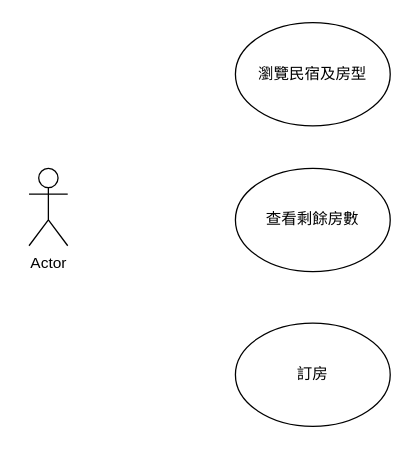
Above: reservationSystem Diagram.drawio in Rita-Teng/test (draw.io), before the change. Source tidied: cells renumbered, new cells numbered last; positions are measured from the earlier drawing's top-left corner, leaving out a move shared by most shapes. Both pictures are drawn from the tidied source at 129%, with x=0, y=0 at pixel (28, 22).
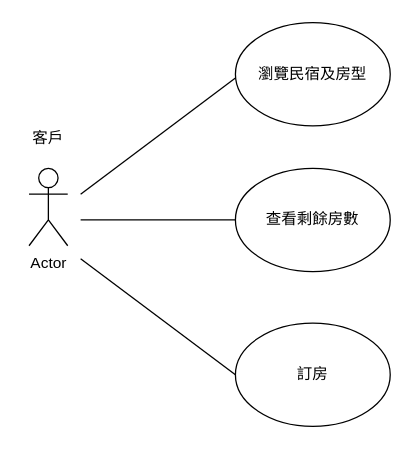
After the change.

The edit, as a diff of the source:
```diff
@@
 <mxGraphModel>
   <root>
     <mxCell id="0" />
     <mxCell id="1" parent="0" />
     <mxCell id="2" value="Actor" style="shape=umlActor;verticalLabelPosition=bottom;verticalAlign=top;html=1;" parent="1" vertex="1">
       <mxGeometry y="113" width="30" height="60" as="geometry" />
     </mxCell>
     <mxCell id="3" value="瀏覽民宿及房型" style="ellipse;whiteSpace=wrap;html=1;" parent="1" vertex="1">
       <mxGeometry x="160" width="120" height="80" as="geometry" />
     </mxCell>
     <mxCell id="4" value="查看剩餘房數" style="ellipse;whiteSpace=wrap;html=1;" parent="1" vertex="1">
       <mxGeometry x="160" y="113" width="120" height="80" as="geometry" />
     </mxCell>
     <mxCell id="5" value="訂房" style="ellipse;whiteSpace=wrap;html=1;" parent="1" vertex="1">
       <mxGeometry x="160" y="233" width="120" height="80" as="geometry" />
     </mxCell>
+    <mxCell id="6" style="endArrow=none;html=1;" parent="1" edge="1">
+      <mxGeometry relative="1" as="geometry">
+        <mxPoint x="40" y="133" as="sourcePoint" />
+        <mxPoint x="160" y="43" as="targetPoint" />
+      </mxGeometry>
+    </mxCell>
+    <mxCell id="7" style="endArrow=none;html=1;" parent="1" edge="1">
+      <mxGeometry relative="1" as="geometry">
+        <mxPoint x="40" y="153" as="sourcePoint" />
+        <mxPoint x="160" y="153" as="targetPoint" />
+      </mxGeometry>
+    </mxCell>
+    <mxCell id="8" style="endArrow=none;html=1;" parent="1" edge="1">
+      <mxGeometry relative="1" as="geometry">
+        <mxPoint x="40" y="183" as="sourcePoint" />
+        <mxPoint x="160" y="273" as="targetPoint" />
+      </mxGeometry>
+    </mxCell>
+    <mxCell id="9" value="客戶" style="text;html=1;strokeColor=none;fillColor=none;align=center;verticalAlign=middle;whiteSpace=wrap;rounded=0;" parent="1" vertex="1">
+      <mxGeometry x="-5" y="80" width="40" height="20" as="geometry" />
+    </mxCell>
   </root>
 </mxGraphModel>
```
